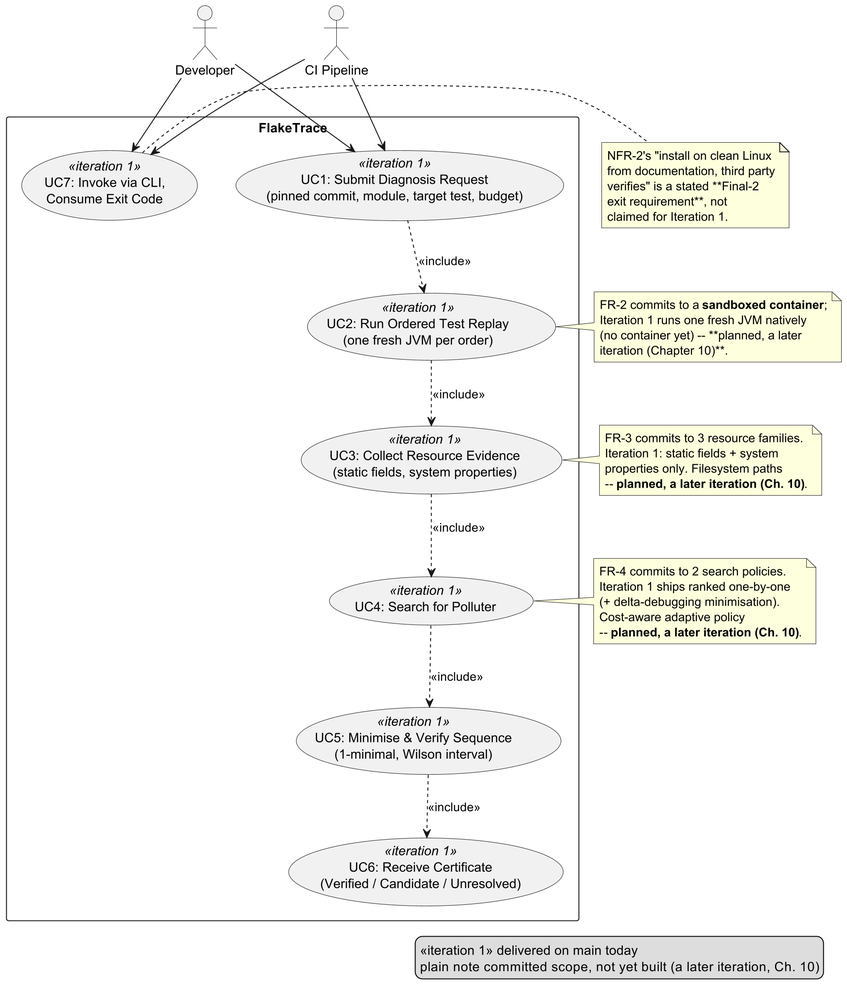
This is mid-eval-report/figures/m3/use_cases.png from zoyaahmad428/FlakeTrace, a PlantUML export, as it was before one commit. Its source is kept beside it as mid-eval-report/diagrams/m3/use_cases.puml.
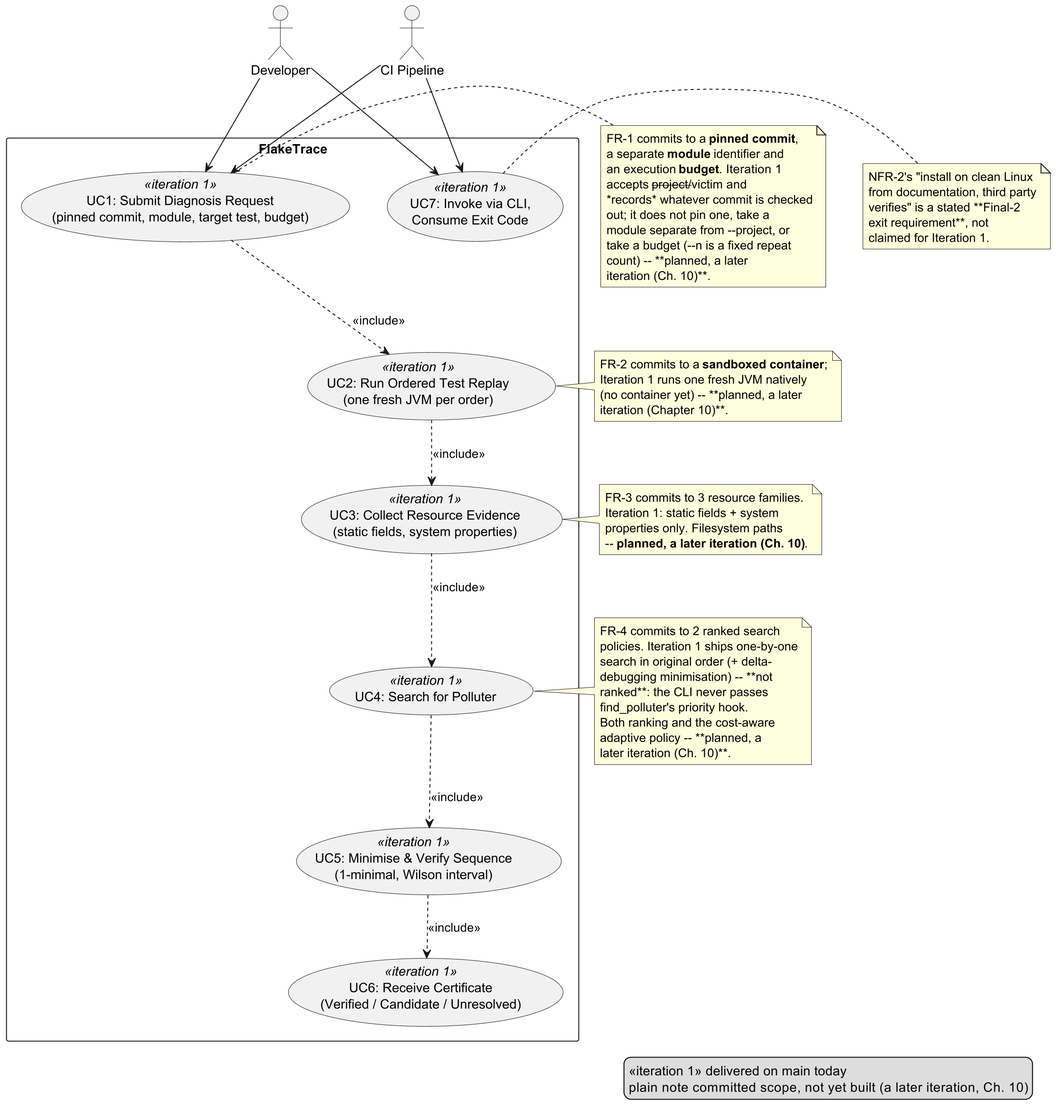
The same file after the commit.

The edit, as a diff of the source:
```diff
@@ -28,6 +28,19 @@
 UC4 ..> UC5 : <<include>>
 UC5 ..> UC6 : <<include>>
 
+note right of UC1
+  FR-1 commits to a **pinned commit**,
+  a separate **module** identifier and
+  an execution **budget**. Iteration 1
+  accepts --project/--victim and
+  *records* whatever commit is checked
+  out; it does not pin one, take a
+  module separate from --project, or
+  take a budget (--n is a fixed repeat
+  count) -- **planned, a later
+  iteration (Ch. 10)**.
+end note
+
 note right of UC2
   FR-2 commits to a **sandboxed container**;
   Iteration 1 runs one fresh JVM natively
@@ -43,11 +56,15 @@
 end note
 
 note right of UC4
-  FR-4 commits to 2 search policies.
-  Iteration 1 ships ranked one-by-one
-  (+ delta-debugging minimisation).
-  Cost-aware adaptive policy
-  -- **planned, a later iteration (Ch. 10)**.
+  FR-4 commits to 2 ranked search
+  policies. Iteration 1 ships one-by-one
+  search in original order (+ delta-
+  debugging minimisation) -- **not
+  ranked**: the CLI never passes
+  find_polluter's priority hook.
+  Both ranking and the cost-aware
+  adaptive policy -- **planned, a
+  later iteration (Ch. 10)**.
 end note
 
 note right of UC7
```
